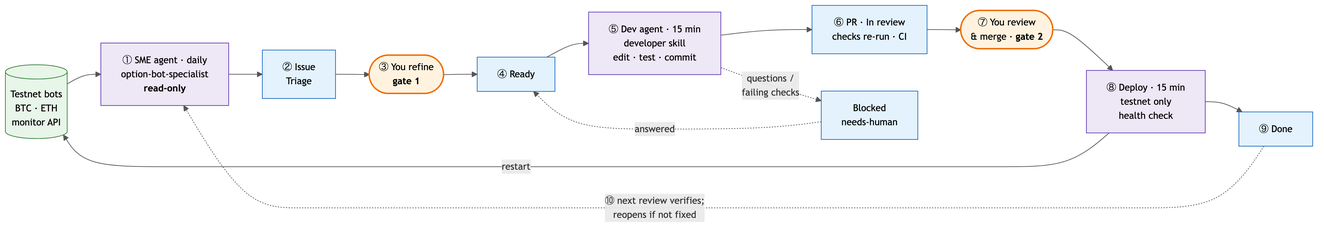
Above: docs/agentic_workflow.png in rchau73/optionsBot (Mermaid), before the change. Its source is kept beside it as docs/agentic_workflow.mmd.
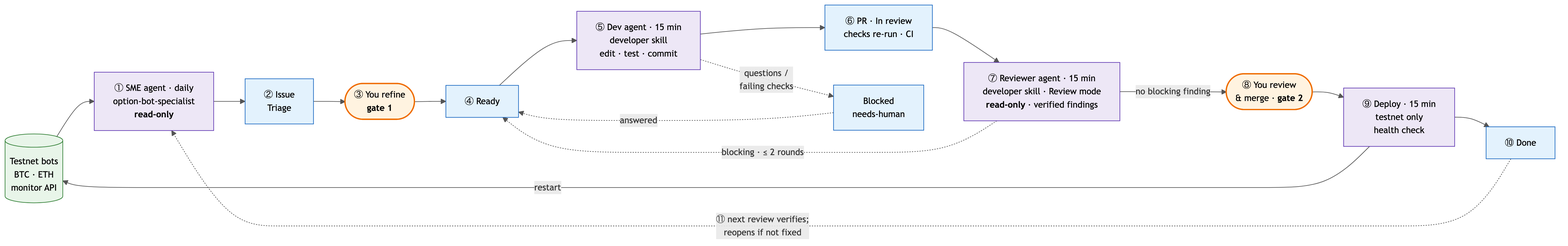
After the commit.

Commit message:
Agents: a Reviewer agent closes the review loop before a person reads the PR

Change to the diagram source:
```diff
@@ -6,21 +6,23 @@
     READY["④ Ready"]
     DEV["⑤ Dev agent · 15 min<br/>developer skill<br/>edit · test · commit"]
     PR["⑥ PR · In review<br/>checks re-run · CI"]
-    H2(["⑦ You review<br/>& merge · <b>gate 2</b>"])
-    DEP["⑧ Deploy · 15 min<br/>testnet only<br/>health check"]
-    DONE["⑨ Done"]
+    REV["⑦ Reviewer agent · 15 min<br/>developer skill · Review mode<br/><b>read-only</b> · verified findings"]
+    H2(["⑧ You review<br/>& merge · <b>gate 2</b>"])
+    DEP["⑨ Deploy · 15 min<br/>testnet only<br/>health check"]
+    DONE["⑩ Done"]
     BLK["Blocked<br/>needs-human"]
 
-    BOTS --> SME --> TRI --> H1 --> READY --> DEV --> PR --> H2 --> DEP --> DONE
+    BOTS --> SME --> TRI --> H1 --> READY --> DEV --> PR --> REV -->|no blocking finding| H2 --> DEP --> DONE
+    REV -.->|"blocking · ≤ 2 rounds"| READY
     DEP -->|restart| BOTS
     DEV -.->|questions /<br/>failing checks| BLK -.->|answered| READY
-    DONE -.->|"⑩ next review verifies;<br/>reopens if not fixed"| SME
+    DONE -.->|"⑪ next review verifies;<br/>reopens if not fixed"| SME
 
     classDef agent fill:#ede7f6,stroke:#5e35b1,color:#000
     classDef human fill:#fff3e0,stroke:#ef6c00,color:#000,stroke-width:2px
     classDef gh fill:#e3f2fd,stroke:#1565c0,color:#000
     classDef run fill:#e8f5e9,stroke:#2e7d32,color:#000
-    class SME,DEV,DEP agent
+    class SME,DEV,REV,DEP agent
     class H1,H2 human
     class TRI,READY,PR,DONE,BLK gh
     class BOTS run
```
